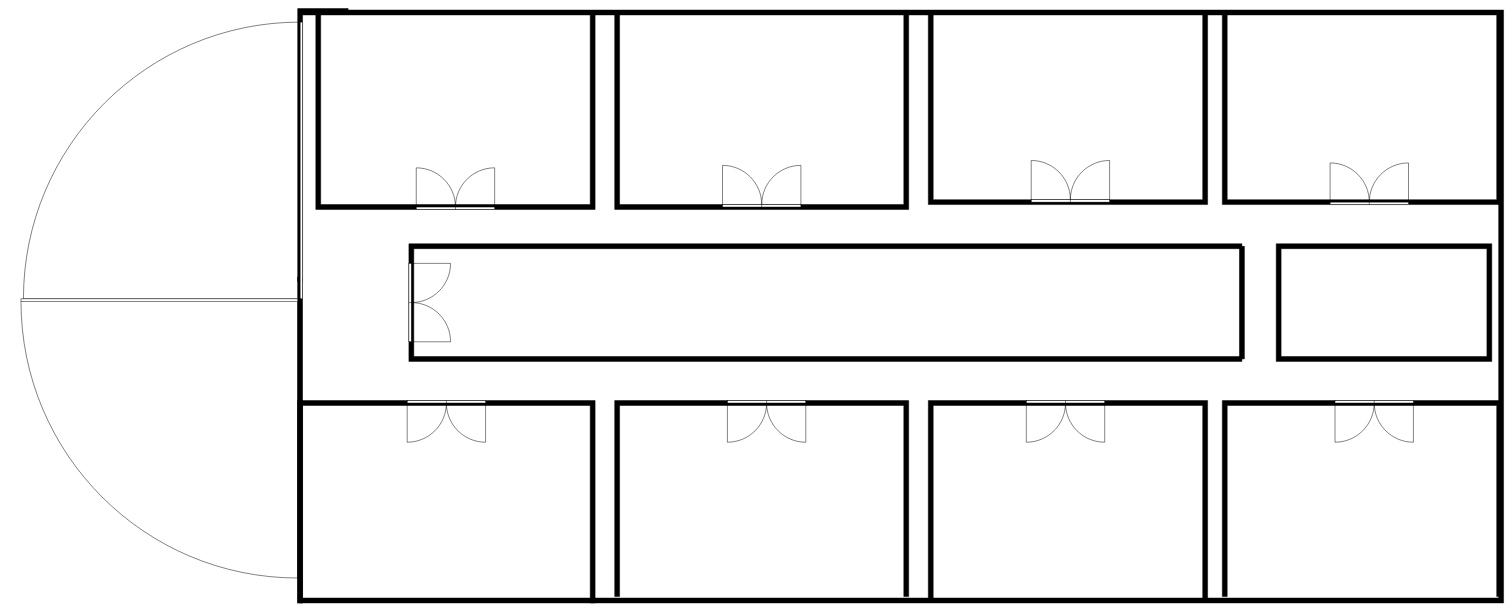
The draw.io diagram new/Untitled Diagram.drawio in Lakhan-Nad/hello, before the edit. Source tidied: cells renumbered, new cells numbered last; positions are measured from the earlier drawing's top-left corner, leaving out a move shared by most shapes. Both pictures are drawn from the tidied source at 49%, with x=0, y=0 at pixel (8, -295).
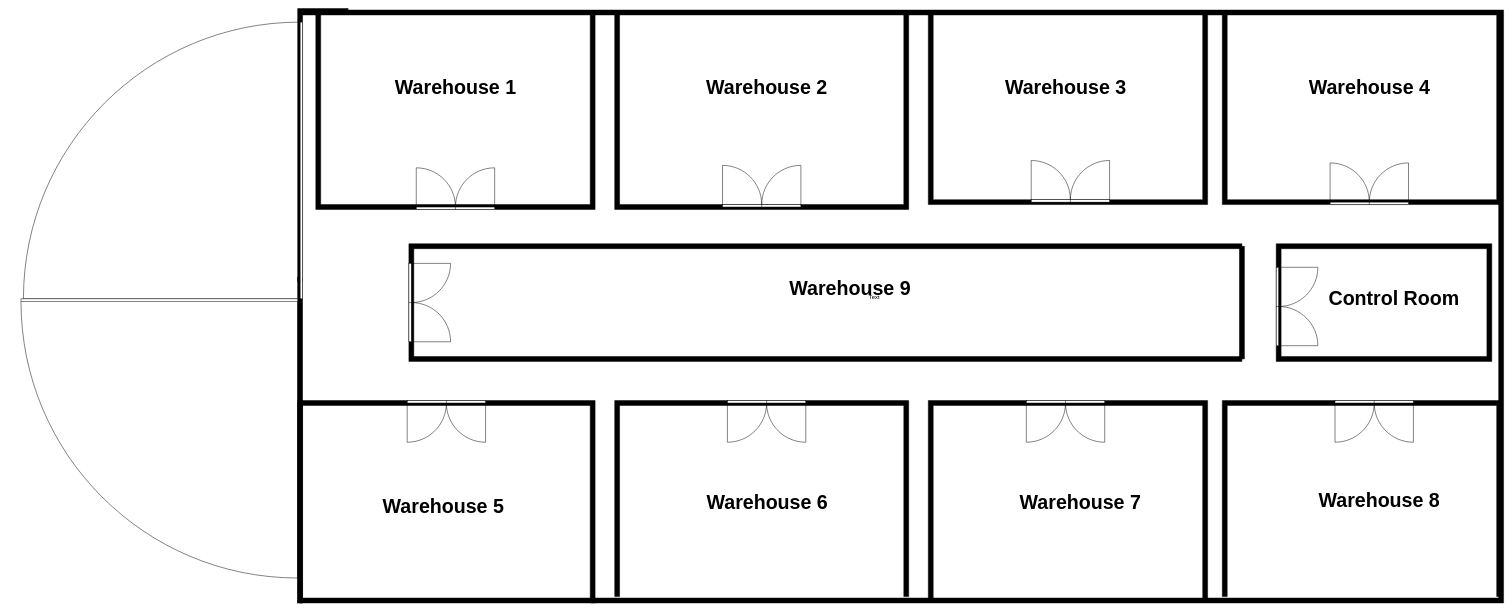
After the change.

Change to the diagram source:
```diff
@@
+    <mxCell id="27" value="Text" style="text;html=1;strokeColor=none;fillColor=none;align=center;verticalAlign=middle;whiteSpace=wrap;rounded=0;" parent="1" vertex="1">
+      <mxGeometry x="1747" y="1200" width="40" height="20" as="geometry" />
+    </mxCell>
+    <mxCell id="28" value="Warehouse 9" style="text;strokeColor=none;fillColor=none;html=1;fontSize=40;fontStyle=1;verticalAlign=middle;align=center;" parent="1" vertex="1">
+      <mxGeometry x="1647" y="1170" width="140" height="40" as="geometry" />
+    </mxCell>
+    <mxCell id="29" value="Warehouse 1" style="text;strokeColor=none;fillColor=none;html=1;fontSize=40;fontStyle=1;verticalAlign=middle;align=center;" parent="1" vertex="1">
+      <mxGeometry x="842" y="760" width="140" height="40" as="geometry" />
+    </mxCell>
+    <mxCell id="30" value="Warehouse 2" style="text;strokeColor=none;fillColor=none;html=1;fontSize=40;fontStyle=1;verticalAlign=middle;align=center;" parent="1" vertex="1">
+      <mxGeometry x="1477" y="760" width="140" height="40" as="geometry" />
+    </mxCell>
+    <mxCell id="31" value="Warehouse 3" style="text;strokeColor=none;fillColor=none;html=1;fontSize=40;fontStyle=1;verticalAlign=middle;align=center;" parent="1" vertex="1">
+      <mxGeometry x="2087" y="760" width="140" height="40" as="geometry" />
+    </mxCell>
+    <mxCell id="32" value="Warehouse 4" style="text;strokeColor=none;fillColor=none;html=1;fontSize=40;fontStyle=1;verticalAlign=middle;align=center;" parent="1" vertex="1">
+      <mxGeometry x="2707" y="760" width="140" height="40" as="geometry" />
+    </mxCell>
+    <mxCell id="33" value="Warehouse 5" style="text;strokeColor=none;fillColor=none;html=1;fontSize=40;fontStyle=1;verticalAlign=middle;align=center;" parent="1" vertex="1">
+      <mxGeometry x="817" y="1615" width="140" height="40" as="geometry" />
+    </mxCell>
+    <mxCell id="34" value="Warehouse 6" style="text;strokeColor=none;fillColor=none;html=1;fontSize=40;fontStyle=1;verticalAlign=middle;align=center;" parent="1" vertex="1">
+      <mxGeometry x="1478" y="1606.5" width="140" height="40" as="geometry" />
+    </mxCell>
+    <mxCell id="35" value="Warehouse 7" style="text;strokeColor=none;fillColor=none;html=1;fontSize=40;fontStyle=1;verticalAlign=middle;align=center;" parent="1" vertex="1">
+      <mxGeometry x="2117" y="1606.5" width="140" height="40" as="geometry" />
+    </mxCell>
+    <mxCell id="36" value="Warehouse 8" style="text;strokeColor=none;fillColor=none;html=1;fontSize=40;fontStyle=1;verticalAlign=middle;align=center;" parent="1" vertex="1">
+      <mxGeometry x="2727" y="1602.1" width="140" height="40" as="geometry" />
+    </mxCell>
+    <mxCell id="37" value="Control Room" style="text;strokeColor=none;fillColor=none;html=1;fontSize=40;fontStyle=1;verticalAlign=middle;align=center;" parent="1" vertex="1">
+      <mxGeometry x="2757" y="1190" width="140" height="40" as="geometry" />
+    </mxCell>
+    <mxCell id="38" style="verticalLabelPosition=bottom;html=1;verticalAlign=top;align=center;shape=mxgraph.floorplan.doorDouble;direction=north;" parent="1" vertex="1">
+      <mxGeometry x="2587" y="1148" width="85" height="160" as="geometry" />
+    </mxCell>
```
